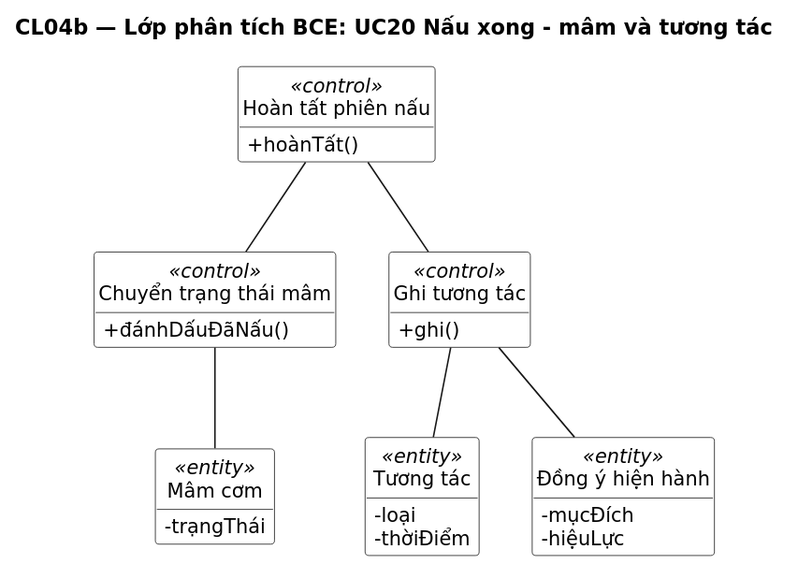
Before: docs/uml/out/class/CL04b-bce-nau-xong-tuong-tac.svg, a diagram exported from PlantUML (NamBuw/Tastoria). The source it was exported from:
```plantuml
@startuml
title CL04b — Lớp phân tích BCE: UC20 Nấu xong - mâm và tương tác
skinparam shadowing false
skinparam defaultFontName DejaVu Sans
skinparam defaultFontSize 13
skinparam dpi 110

hide circle
hide empty members
skinparam classAttributeIconSize 0
skinparam ClassBackgroundColor White

class "Hoàn tất phiên nấu" as CH <<control>> {
  +hoànTất()
}
class "Chuyển trạng thái mâm" as CM <<control>> {
  +đánhDấuĐãNấu()
}
class "Ghi tương tác" as CSK <<control>> {
  +ghi()
}
class "Mâm cơm" as EM <<entity>> {
  -trạngThái
}
class "Tương tác" as ETT <<entity>> {
  -loại
  -thờiĐiểm
}
class "Đồng ý hiện hành" as EDY <<entity>> {
  -mụcĐích
  -hiệuLực
}

CH -- CM
CH -- CSK
CM -- EM
CSK -- ETT
CSK -- EDY
@enduml
```
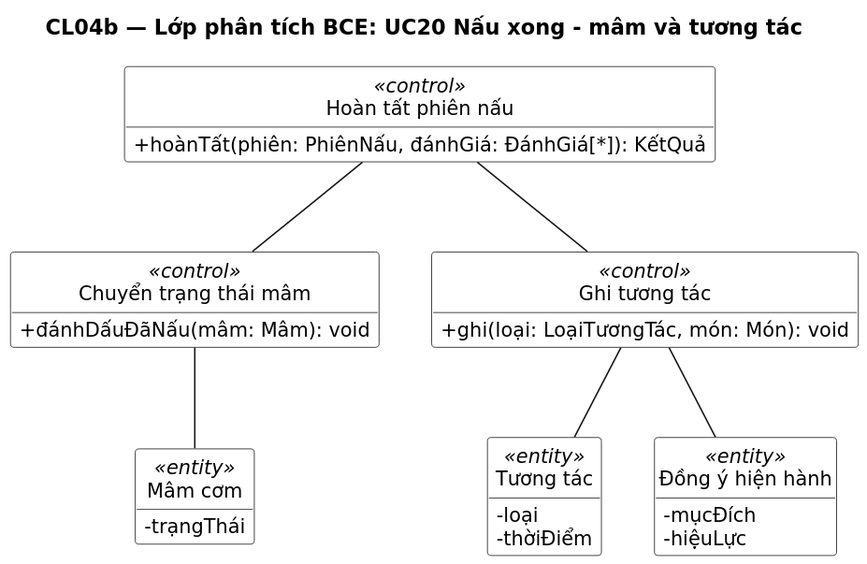
After the commit.

Diff of the diagram source:
```diff
@@ -11,13 +11,13 @@
 skinparam ClassBackgroundColor White
 
 class "Hoàn tất phiên nấu" as CH <<control>> {
-  +hoànTất()
+  +hoànTất(phiên: PhiênNấu, đánhGiá: ĐánhGiá[*]): KếtQuả
 }
 class "Chuyển trạng thái mâm" as CM <<control>> {
-  +đánhDấuĐãNấu()
+  +đánhDấuĐãNấu(mâm: Mâm): void
 }
 class "Ghi tương tác" as CSK <<control>> {
-  +ghi()
+  +ghi(loại: LoạiTươngTác, món: Món): void
 }
 class "Mâm cơm" as EM <<entity>> {
   -trạngThái
```
